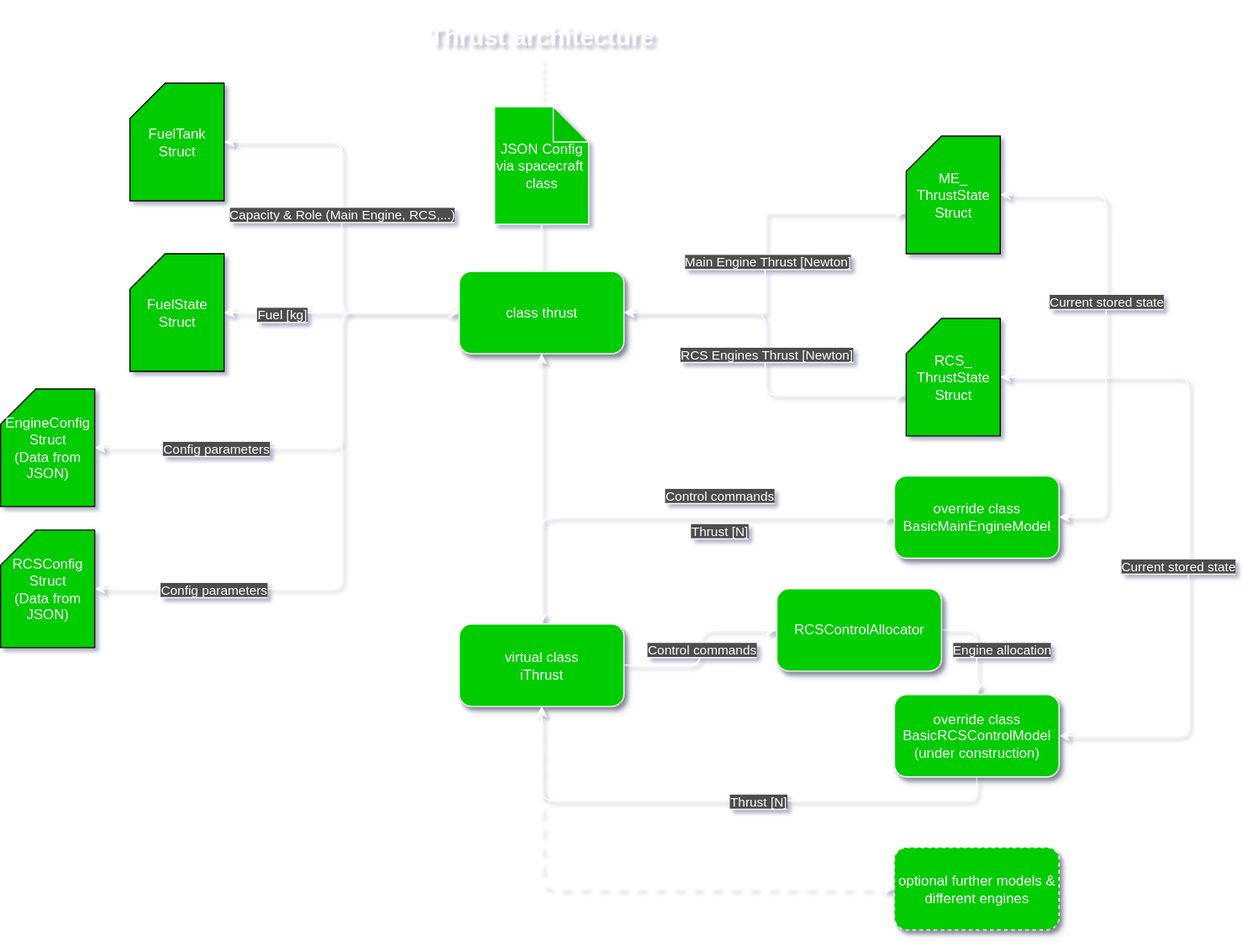
Above: static/img/architecture/thrustStructure.drawio.svg in gerd-lrt-dev/aerospace-simulation (draw.io), before the change. Source tidied: cells renumbered, new cells last; positions are measured from the earlier drawing's top-left corner, leaving out a move shared by most shapes.
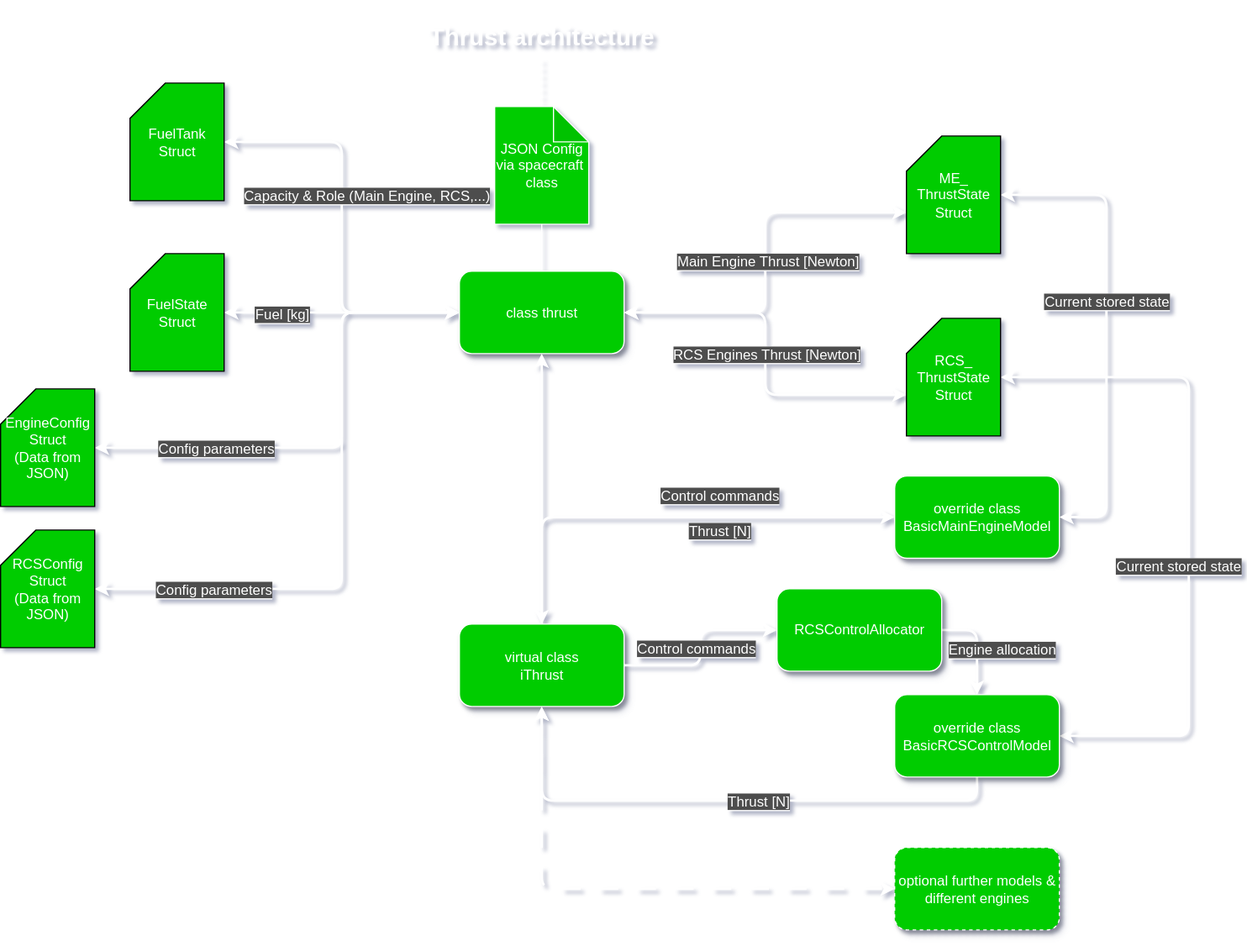
The same file after the commit.

Diff of the diagram source:
```diff
@@ -16,6 +16,6 @@
     </mxCell>
-    <mxCell id="5" style="edgeStyle=orthogonalEdgeStyle;rounded=0;jettySize=auto;html=1;exitX=0.5;exitY=0;exitDx=0;exitDy=0;entryX=0.5;entryY=1;entryDx=0;entryDy=0;strokeColor=#FFFFFF;" parent="1" edge="1" source="7" target="2">
+    <mxCell id="5" style="edgeStyle=orthogonalEdgeStyle;rounded=1;jettySize=auto;html=1;exitX=0.5;exitY=0;exitDx=0;exitDy=0;entryX=0.5;entryY=1;entryDx=0;entryDy=0;strokeColor=#FFFFFF;curved=0;strokeWidth=2;" parent="1" edge="1" source="7" target="2">
       <mxGeometry relative="1" as="geometry" />
     </mxCell>
-    <mxCell id="6" style="edgeStyle=orthogonalEdgeStyle;rounded=1;jettySize=auto;html=1;exitX=0.5;exitY=1;exitDx=0;exitDy=0;entryX=0;entryY=0.5;entryDx=0;entryDy=0;dashed=1;dashPattern=8 8;curved=0;strokeColor=#FFFFFF;startArrow=classic;startFill=1;" parent="1" edge="1" source="7" target="10">
+    <mxCell id="6" style="edgeStyle=orthogonalEdgeStyle;rounded=1;jettySize=auto;html=1;exitX=0.5;exitY=1;exitDx=0;exitDy=0;entryX=0;entryY=0.5;entryDx=0;entryDy=0;dashed=1;dashPattern=8 8;curved=0;strokeColor=#FFFFFF;startArrow=classic;startFill=1;strokeWidth=2;" parent="1" edge="1" source="7" target="10">
       <mxGeometry relative="1" as="geometry" />
@@ -25,3 +25,3 @@
     </mxCell>
-    <mxCell id="8" style="edgeStyle=orthogonalEdgeStyle;rounded=1;jettySize=auto;html=1;exitX=0;exitY=0.5;exitDx=0;exitDy=0;entryX=0.5;entryY=0;entryDx=0;entryDy=0;strokeColor=#FFFFFF;curved=0;startArrow=classic;startFill=1;" parent="1" edge="1" source="9" target="7">
+    <mxCell id="8" style="edgeStyle=orthogonalEdgeStyle;rounded=1;jettySize=auto;html=1;exitX=0;exitY=0.5;exitDx=0;exitDy=0;entryX=0.5;entryY=0;entryDx=0;entryDy=0;strokeColor=#FFFFFF;curved=0;startArrow=classic;startFill=1;strokeWidth=2;" parent="1" edge="1" source="9" target="7">
       <mxGeometry relative="1" as="geometry" />
@@ -37,6 +37,6 @@
     </mxCell>
-    <mxCell id="12" style="edgeStyle=orthogonalEdgeStyle;rounded=1;jettySize=auto;html=1;exitX=1;exitY=0.5;exitDx=0;exitDy=0;exitPerimeter=0;entryX=0;entryY=0.5;entryDx=0;entryDy=0;strokeColor=#FFFFFF;curved=0;startArrow=classic;startFill=1;" parent="1" edge="1" source="14" target="2">
+    <mxCell id="12" style="edgeStyle=orthogonalEdgeStyle;rounded=1;jettySize=auto;html=1;exitX=1;exitY=0.5;exitDx=0;exitDy=0;exitPerimeter=0;entryX=0;entryY=0.5;entryDx=0;entryDy=0;strokeColor=#FFFFFF;curved=0;startArrow=classic;startFill=1;strokeWidth=2;" parent="1" edge="1" source="14" target="2">
       <mxGeometry relative="1" as="geometry" />
     </mxCell>
-    <mxCell id="13" value="&lt;font style=&quot;color: rgb(255, 255, 255); background-color: rgb(77, 77, 77);&quot;&gt;Fuel [kg]&lt;/font&gt;" style="edgeLabel;html=1;align=center;verticalAlign=middle;" parent="12" vertex="1">
+    <mxCell id="13" value="&lt;font style=&quot;color: rgb(255, 255, 255); background-color: rgb(77, 77, 77);&quot;&gt;Fuel [kg]&lt;/font&gt;" style="edgeLabel;html=1;align=center;verticalAlign=middle;fontSize=12;" parent="12" vertex="1">
       <mxGeometry x="-0.52" y="-1" relative="1" as="geometry" />
@@ -46,3 +46,3 @@
     </mxCell>
-    <mxCell id="15" style="edgeStyle=orthogonalEdgeStyle;rounded=1;jettySize=auto;html=1;exitX=1;exitY=0.5;exitDx=0;exitDy=0;exitPerimeter=0;strokeColor=#FFFFFF;curved=0;entryX=0;entryY=0.5;entryDx=0;entryDy=0;startArrow=classic;startFill=1;" parent="1" edge="1" source="17" target="2">
+    <mxCell id="15" style="edgeStyle=orthogonalEdgeStyle;rounded=1;jettySize=auto;html=1;exitX=1;exitY=0.5;exitDx=0;exitDy=0;exitPerimeter=0;strokeColor=#FFFFFF;curved=0;entryX=0;entryY=0.5;entryDx=0;entryDy=0;startArrow=classic;startFill=1;strokeWidth=2;" parent="1" edge="1" source="17" target="2">
       <mxGeometry relative="1" as="geometry">
@@ -54,3 +54,3 @@
     </mxCell>
-    <mxCell id="16" value="&lt;font style=&quot;color: rgb(255, 255, 255); background-color: rgb(77, 77, 77);&quot;&gt;Config parameters&lt;/font&gt;" style="edgeLabel;html=1;align=center;verticalAlign=middle;" parent="15" vertex="1">
+    <mxCell id="16" value="&lt;font style=&quot;color: rgb(255, 255, 255); background-color: rgb(77, 77, 77);&quot;&gt;Config parameters&lt;/font&gt;" style="edgeLabel;html=1;align=center;verticalAlign=middle;fontSize=12;" parent="15" vertex="1">
       <mxGeometry x="-0.52" relative="1" as="geometry" />
@@ -60,9 +60,9 @@
     </mxCell>
-    <mxCell id="18" style="edgeStyle=orthogonalEdgeStyle;rounded=0;jettySize=auto;html=1;exitX=0;exitY=0;exitDx=0;exitDy=65;exitPerimeter=0;entryX=1;entryY=0.5;entryDx=0;entryDy=0;strokeColor=#FFFFFF;startArrow=classic;startFill=1;" parent="1" edge="1" source="22" target="2">
+    <mxCell id="18" style="edgeStyle=orthogonalEdgeStyle;rounded=1;jettySize=auto;html=1;exitX=0;exitY=0;exitDx=0;exitDy=65;exitPerimeter=0;entryX=1;entryY=0.5;entryDx=0;entryDy=0;strokeColor=#FFFFFF;startArrow=classic;startFill=1;curved=0;strokeWidth=2;" parent="1" edge="1" source="22" target="2">
       <mxGeometry relative="1" as="geometry" />
     </mxCell>
-    <mxCell id="19" value="&lt;font style=&quot;color: rgb(255, 255, 255); background-color: rgb(77, 77, 77);&quot;&gt;Main Engine Thrust [Newton]&lt;/font&gt;" style="edgeLabel;html=1;align=center;verticalAlign=middle;" parent="18" vertex="1">
+    <mxCell id="19" value="&lt;font style=&quot;color: rgb(255, 255, 255); background-color: rgb(77, 77, 77);&quot;&gt;Main Engine Thrust [Newton]&lt;/font&gt;" style="edgeLabel;html=1;align=center;verticalAlign=middle;fontSize=12;" parent="18" vertex="1">
       <mxGeometry x="-0.01" y="1" relative="1" as="geometry" />
     </mxCell>
-    <mxCell id="20" style="edgeStyle=orthogonalEdgeStyle;rounded=1;jettySize=auto;html=1;exitX=1;exitY=0.5;exitDx=0;exitDy=0;exitPerimeter=0;entryX=1;entryY=0.5;entryDx=0;entryDy=0;curved=0;startArrow=classic;startFill=1;strokeColor=#FFFFFF;" parent="1" edge="1" source="22" target="9">
+    <mxCell id="20" style="edgeStyle=orthogonalEdgeStyle;rounded=1;jettySize=auto;html=1;exitX=1;exitY=0.5;exitDx=0;exitDy=0;exitPerimeter=0;entryX=1;entryY=0.5;entryDx=0;entryDy=0;curved=0;startArrow=classic;startFill=1;strokeColor=#FFFFFF;strokeWidth=2;" parent="1" edge="1" source="22" target="9">
       <mxGeometry relative="1" as="geometry">
@@ -74,3 +74,3 @@
     </mxCell>
-    <mxCell id="21" value="&lt;font style=&quot;color: rgb(255, 255, 255); background-color: rgb(77, 77, 77);&quot;&gt;Current stored state&lt;/font&gt;" style="edgeLabel;html=1;align=center;verticalAlign=middle;" parent="20" vertex="1">
+    <mxCell id="21" value="&lt;font style=&quot;color: rgb(255, 255, 255); background-color: rgb(77, 77, 77);&quot;&gt;Current stored state&lt;/font&gt;" style="edgeLabel;html=1;align=center;verticalAlign=middle;fontSize=12;" parent="20" vertex="1">
       <mxGeometry x="-0.11" y="-1" relative="1" as="geometry" />
@@ -88,7 +88,9 @@
     </mxCell>
-    <mxCell id="25" style="edgeStyle=orthogonalEdgeStyle;rounded=1;jettySize=auto;html=1;exitX=1;exitY=0.5;exitDx=0;exitDy=0;exitPerimeter=0;entryX=0;entryY=0.5;entryDx=0;entryDy=0;strokeColor=#FFFFFF;startArrow=classic;startFill=1;curved=0;" parent="1" edge="1" source="27" target="2">
+    <mxCell id="25" style="edgeStyle=orthogonalEdgeStyle;rounded=1;jettySize=auto;html=1;exitX=1;exitY=0.5;exitDx=0;exitDy=0;exitPerimeter=0;entryX=0;entryY=0.5;entryDx=0;entryDy=0;strokeColor=#FFFFFF;startArrow=classic;startFill=1;curved=0;strokeWidth=2;" parent="1" edge="1" source="27" target="2">
       <mxGeometry relative="1" as="geometry" />
     </mxCell>
-    <mxCell id="26" value="&lt;font style=&quot;color: rgb(255, 255, 255); background-color: rgb(77, 77, 77);&quot;&gt;Capacity &amp;amp; Role (Main Engine, RCS,...)&lt;/font&gt;" style="edgeLabel;html=1;align=center;verticalAlign=middle;" parent="25" vertex="1">
-      <mxGeometry x="-0.07" y="-1" relative="1" as="geometry" />
+    <mxCell id="26" value="&lt;font style=&quot;color: rgb(255, 255, 255); background-color: rgb(77, 77, 77);&quot;&gt;Capacity &amp;amp; Role (Main Engine, RCS,...)&lt;/font&gt;" style="edgeLabel;html=1;align=center;verticalAlign=middle;fontSize=12;" parent="25" vertex="1">
+      <mxGeometry x="-0.07" y="-1" relative="1" as="geometry">
+        <mxPoint x="21" y="-16" as="offset" />
+      </mxGeometry>
     </mxCell>
@@ -97,6 +99,6 @@
     </mxCell>
-    <mxCell id="28" style="edgeStyle=orthogonalEdgeStyle;rounded=1;jettySize=auto;html=1;exitX=0;exitY=0;exitDx=0;exitDy=65;exitPerimeter=0;entryX=1;entryY=0.5;entryDx=0;entryDy=0;curved=0;startArrow=classic;startFill=1;strokeColor=#FFFFFF;" parent="1" edge="1" source="30" target="2">
+    <mxCell id="28" style="edgeStyle=orthogonalEdgeStyle;rounded=1;jettySize=auto;html=1;exitX=0;exitY=0;exitDx=0;exitDy=65;exitPerimeter=0;entryX=1;entryY=0.5;entryDx=0;entryDy=0;curved=0;startArrow=classic;startFill=1;strokeColor=#FFFFFF;strokeWidth=2;" parent="1" edge="1" source="30" target="2">
       <mxGeometry relative="1" as="geometry" />
     </mxCell>
-    <mxCell id="29" style="edgeStyle=orthogonalEdgeStyle;rounded=1;jettySize=auto;html=1;exitX=1;exitY=0.5;exitDx=0;exitDy=0;exitPerimeter=0;entryX=1;entryY=0.5;entryDx=0;entryDy=0;curved=0;strokeColor=#FFFFFF;startArrow=classic;startFill=1;" parent="1" edge="1" source="30" target="34">
+    <mxCell id="29" style="edgeStyle=orthogonalEdgeStyle;rounded=1;jettySize=auto;html=1;exitX=1;exitY=0.5;exitDx=0;exitDy=0;exitPerimeter=0;entryX=1;entryY=0.5;entryDx=0;entryDy=0;curved=0;strokeColor=#FFFFFF;startArrow=classic;startFill=1;strokeWidth=2;" parent="1" edge="1" source="30" target="34">
       <mxGeometry relative="1" as="geometry">
@@ -111,9 +113,9 @@
     </mxCell>
-    <mxCell id="31" value="&lt;font style=&quot;color: rgb(255, 255, 255); background-color: rgb(77, 77, 77);&quot;&gt;RCS Engines Thrust [Newton]&lt;/font&gt;" style="edgeLabel;html=1;align=center;verticalAlign=middle;" parent="1" vertex="1">
+    <mxCell id="31" value="&lt;font style=&quot;color: rgb(255, 255, 255); background-color: rgb(77, 77, 77);&quot;&gt;RCS Engines Thrust [Newton]&lt;/font&gt;" style="edgeLabel;html=1;align=center;verticalAlign=middle;fontSize=12;" parent="1" vertex="1">
       <mxGeometry x="650" y="300" as="geometry" />
     </mxCell>
-    <mxCell id="32" style="edgeStyle=orthogonalEdgeStyle;rounded=1;jettySize=auto;html=1;exitX=0.5;exitY=1;exitDx=0;exitDy=0;entryX=0.5;entryY=1;entryDx=0;entryDy=0;curved=0;strokeColor=#FFFFFF;" parent="1" edge="1" source="34" target="7">
+    <mxCell id="32" style="edgeStyle=orthogonalEdgeStyle;rounded=1;jettySize=auto;html=1;exitX=0.5;exitY=1;exitDx=0;exitDy=0;entryX=0.5;entryY=1;entryDx=0;entryDy=0;curved=0;strokeColor=#FFFFFF;strokeWidth=2;" parent="1" edge="1" source="34" target="7">
       <mxGeometry relative="1" as="geometry" />
     </mxCell>
-    <mxCell id="33" value="&lt;font style=&quot;color: rgb(255, 255, 255); background-color: rgb(77, 77, 77);&quot;&gt;Thrust [N]&lt;/font&gt;" style="edgeLabel;html=1;align=center;verticalAlign=middle;" parent="32" vertex="1">
+    <mxCell id="33" value="&lt;font style=&quot;color: rgb(255, 255, 255); background-color: rgb(77, 77, 77);&quot;&gt;Thrust [N]&lt;/font&gt;" style="edgeLabel;html=1;align=center;verticalAlign=middle;fontSize=12;" parent="32" vertex="1">
       <mxGeometry x="-0.12" y="3" relative="1" as="geometry">
@@ -122,6 +124,6 @@
     </mxCell>
-    <mxCell id="34" value="&lt;font style=&quot;color: rgb(255, 255, 255);&quot;&gt;override class&lt;/font&gt;&lt;div&gt;&lt;font style=&quot;color: rgb(255, 255, 255);&quot;&gt;BasicRCSControlModel&lt;/font&gt;&lt;/div&gt;&lt;div&gt;&lt;font style=&quot;color: rgb(255, 255, 255);&quot;&gt;(under construction)&lt;/font&gt;&lt;/div&gt;" style="rounded=1;whiteSpace=wrap;html=1;strokeColor=#FFFFFF;fillColor=#00CC00;shadow=1;" parent="1" vertex="1">
+    <mxCell id="34" value="&lt;font style=&quot;color: rgb(255, 255, 255);&quot;&gt;override class&lt;/font&gt;&lt;div&gt;&lt;font style=&quot;color: rgb(255, 255, 255);&quot;&gt;BasicRCSControlModel&lt;/font&gt;&lt;/div&gt;" style="rounded=1;whiteSpace=wrap;html=1;strokeColor=#FFFFFF;fillColor=#00CC00;shadow=1;" parent="1" vertex="1">
       <mxGeometry x="760" y="590" width="140" height="70" as="geometry" />
     </mxCell>
-    <mxCell id="35" style="edgeStyle=orthogonalEdgeStyle;rounded=1;jettySize=auto;html=1;exitX=1;exitY=0.5;exitDx=0;exitDy=0;exitPerimeter=0;entryX=0;entryY=0.5;entryDx=0;entryDy=0;curved=0;strokeColor=#FFFFFF;startArrow=classic;startFill=1;" parent="1" edge="1" source="36" target="2">
+    <mxCell id="35" style="edgeStyle=orthogonalEdgeStyle;rounded=1;jettySize=auto;html=1;exitX=1;exitY=0.5;exitDx=0;exitDy=0;exitPerimeter=0;entryX=0;entryY=0.5;entryDx=0;entryDy=0;curved=0;strokeColor=#FFFFFF;startArrow=classic;startFill=1;strokeWidth=2;" parent="1" edge="1" source="36" target="2">
       <mxGeometry relative="1" as="geometry">
@@ -136,15 +138,17 @@
     </mxCell>
-    <mxCell id="37" value="&lt;font style=&quot;color: rgb(255, 255, 255); background-color: rgb(77, 77, 77);&quot;&gt;Config parameters&lt;/font&gt;" style="edgeLabel;html=1;align=center;verticalAlign=middle;" parent="1" vertex="1">
+    <mxCell id="37" value="&lt;font style=&quot;color: rgb(255, 255, 255); background-color: rgb(77, 77, 77);&quot;&gt;Config parameters&lt;/font&gt;" style="edgeLabel;html=1;align=center;verticalAlign=middle;fontSize=12;" parent="1" vertex="1">
       <mxGeometry x="180" y="500" as="geometry" />
     </mxCell>
-    <mxCell id="38" style="edgeStyle=orthogonalEdgeStyle;rounded=1;jettySize=auto;html=1;exitX=0;exitY=0.5;exitDx=0;exitDy=0;entryX=1;entryY=0.5;entryDx=0;entryDy=0;curved=0;strokeColor=#FFFFFF;startArrow=classic;startFill=1;endArrow=none;endFill=0;" parent="1" edge="1" source="42" target="7">
+    <mxCell id="38" style="edgeStyle=orthogonalEdgeStyle;rounded=1;jettySize=auto;html=1;exitX=0;exitY=0.5;exitDx=0;exitDy=0;entryX=1;entryY=0.5;entryDx=0;entryDy=0;curved=0;strokeColor=#FFFFFF;startArrow=classic;startFill=1;endArrow=none;endFill=0;strokeWidth=2;" parent="1" edge="1" source="42" target="7">
       <mxGeometry relative="1" as="geometry" />
     </mxCell>
-    <mxCell id="39" value="&lt;font style=&quot;color: rgb(255, 255, 255); background-color: rgb(77, 77, 77);&quot;&gt;Control commands&lt;/font&gt;" style="edgeLabel;html=1;align=center;verticalAlign=middle;" parent="38" vertex="1">
-      <mxGeometry x="0.01" relative="1" as="geometry" />
+    <mxCell id="39" value="&lt;font style=&quot;color: rgb(255, 255, 255); background-color: rgb(77, 77, 77);&quot;&gt;Control commands&lt;/font&gt;" style="edgeLabel;html=1;align=center;verticalAlign=middle;fontSize=12;" parent="38" vertex="1">
+      <mxGeometry x="0.01" relative="1" as="geometry">
+        <mxPoint x="-5" y="-1" as="offset" />
+      </mxGeometry>
     </mxCell>
-    <mxCell id="40" style="edgeStyle=orthogonalEdgeStyle;rounded=1;jettySize=auto;html=1;exitX=1;exitY=0.5;exitDx=0;exitDy=0;entryX=0.5;entryY=0;entryDx=0;entryDy=0;curved=0;strokeColor=#FFFFFF;" parent="1" edge="1" source="42" target="34">
+    <mxCell id="40" style="edgeStyle=orthogonalEdgeStyle;rounded=1;jettySize=auto;html=1;exitX=1;exitY=0.5;exitDx=0;exitDy=0;entryX=0.5;entryY=0;entryDx=0;entryDy=0;curved=0;strokeColor=#FFFFFF;strokeWidth=2;" parent="1" edge="1" source="42" target="34">
       <mxGeometry relative="1" as="geometry" />
     </mxCell>
-    <mxCell id="41" value="&lt;font style=&quot;color: rgb(255, 255, 255); background-color: rgb(77, 77, 77);&quot;&gt;Engine allocation&lt;/font&gt;" style="edgeLabel;html=1;align=center;verticalAlign=middle;" parent="40" vertex="1">
+    <mxCell id="41" value="&lt;font style=&quot;color: rgb(255, 255, 255); background-color: rgb(77, 77, 77);&quot;&gt;Engine allocation&lt;/font&gt;" style="edgeLabel;html=1;align=center;verticalAlign=middle;fontSize=12;" parent="40" vertex="1">
       <mxGeometry x="0.08" y="2" relative="1" as="geometry">
@@ -156,9 +160,9 @@
     </mxCell>
-    <mxCell id="43" value="&lt;font style=&quot;color: rgb(255, 255, 255); background-color: rgb(77, 77, 77);&quot;&gt;Thrust [N]&lt;/font&gt;" style="edgeLabel;html=1;align=center;verticalAlign=middle;" parent="1" vertex="1">
+    <mxCell id="43" value="&lt;font style=&quot;color: rgb(255, 255, 255); background-color: rgb(77, 77, 77);&quot;&gt;Thrust [N]&lt;/font&gt;" style="edgeLabel;html=1;align=center;verticalAlign=middle;fontSize=12;" parent="1" vertex="1">
       <mxGeometry x="610" y="450" as="geometry" />
     </mxCell>
-    <mxCell id="44" value="&lt;font style=&quot;color: rgb(255, 255, 255); background-color: rgb(77, 77, 77);&quot;&gt;Control commands&lt;/font&gt;" style="edgeLabel;html=1;align=center;verticalAlign=middle;" parent="1" vertex="1">
+    <mxCell id="44" value="&lt;font style=&quot;color: rgb(255, 255, 255); background-color: rgb(77, 77, 77);&quot;&gt;Control commands&lt;/font&gt;" style="edgeLabel;html=1;align=center;verticalAlign=middle;fontSize=12;" parent="1" vertex="1">
       <mxGeometry x="610" y="420" as="geometry" />
     </mxCell>
-    <mxCell id="45" value="&lt;font style=&quot;color: rgb(255, 255, 255); background-color: rgb(77, 77, 77);&quot;&gt;Current stored state&lt;/font&gt;" style="edgeLabel;html=1;align=center;verticalAlign=middle;" parent="1" vertex="1">
+    <mxCell id="45" value="&lt;font style=&quot;color: rgb(255, 255, 255); background-color: rgb(77, 77, 77);&quot;&gt;Current stored state&lt;/font&gt;" style="edgeLabel;html=1;align=center;verticalAlign=middle;fontSize=12;" parent="1" vertex="1">
       <mxGeometry x="1000" y="480" as="geometry" />
```
